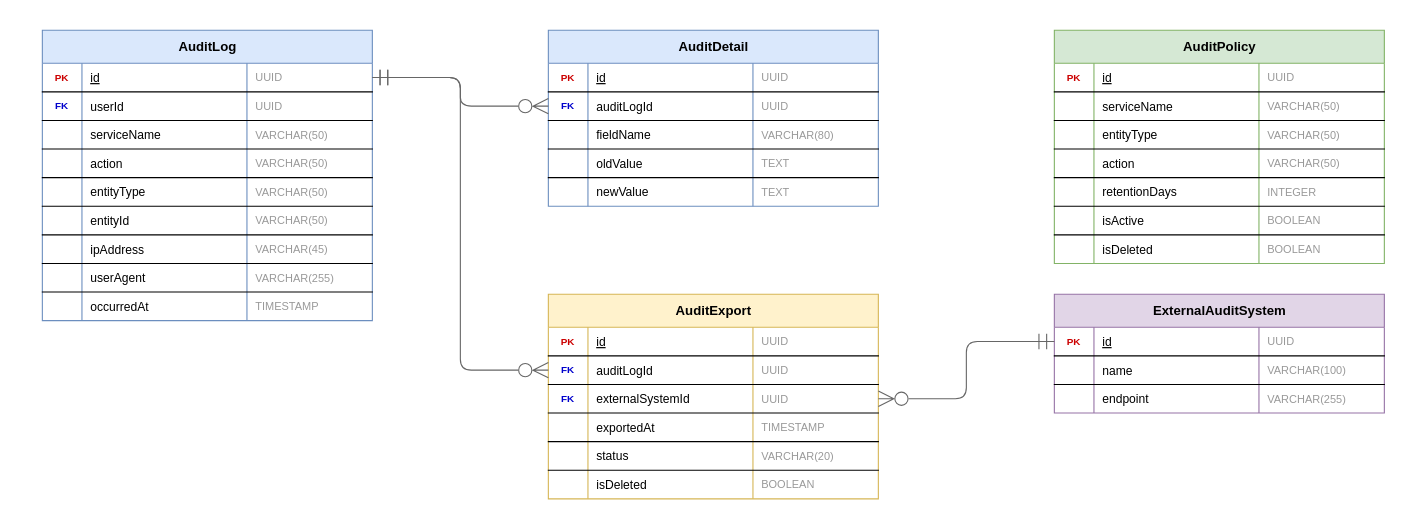
javer-ia-nos/documentacion keeps this draw.io diagram as docs/diagrams/er/auditoria_er.drawio. Above is the earlier version. Source tidied: cells renumbered, new cells numbered last; positions are measured from the earlier drawing's top-left corner, leaving out a move shared by most shapes. Both pictures are drawn from the tidied source at 110%, with x=0, y=0 at pixel (42, 30).
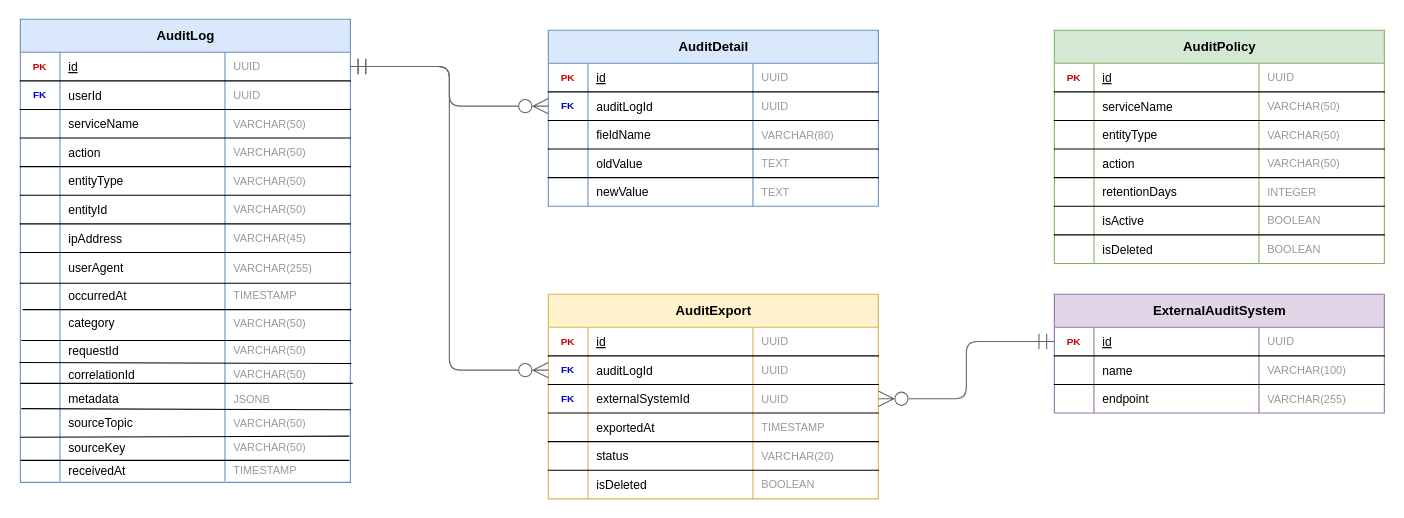
The same page after the edit.

The edit, as a diff of the source:
```diff
@@
     <mxCell id="2" value="AuditLog" style="shape=table;startSize=30;childLayout=tableLayout;rowLines=0;fontStyle=1;align=center;fillColor=#dae8fc;strokeColor=#6c8ebf;fontSize=12;html=1;" parent="1" vertex="1">
-      <mxGeometry width="300" height="264" as="geometry" />
+      <mxGeometry x="-20" y="-10" width="300" height="421" as="geometry" />
     </mxCell>
@@
     <mxCell id="31" style="shape=partialRectangle;fillColor=none;top=0;left=0;right=0;bottom=1;" parent="2" vertex="1">
-      <mxGeometry y="212" width="300" height="26" as="geometry" />
+      <mxGeometry y="212" width="300" height="28" as="geometry" />
     </mxCell>
     <mxCell id="32" style="shape=partialRectangle;overflow=hidden;fillColor=none;top=0;left=0;bottom=0;right=0;fontColor=#333;fontSize=9;align=center;" parent="31" vertex="1">
-      <mxGeometry width="36" height="26" as="geometry" />
+      <mxGeometry width="36" height="28" as="geometry" />
     </mxCell>
     <mxCell id="33" value="userAgent" style="shape=partialRectangle;overflow=hidden;fillColor=none;top=0;left=0;bottom=0;right=0;align=left;spacingLeft=6;fontSize=11;" parent="31" vertex="1">
-      <mxGeometry x="36" width="150" height="26" as="geometry" />
+      <mxGeometry x="36" width="150" height="28" as="geometry" />
     </mxCell>
     <mxCell id="34" value="VARCHAR(255)" style="shape=partialRectangle;overflow=hidden;fillColor=none;top=0;left=0;bottom=0;right=0;align=left;spacingLeft=6;fontColor=#999999;fontSize=10;" parent="31" vertex="1">
-      <mxGeometry x="186" width="114" height="26" as="geometry" />
+      <mxGeometry x="186" width="114" height="28" as="geometry" />
     </mxCell>
     <mxCell id="35" style="shape=partialRectangle;fillColor=none;points=[[0,0.5],[1,0.5]];portConstraint=eastwest;top=0;left=0;right=0;bottom=0;" parent="2" vertex="1">
-      <mxGeometry y="238" width="300" height="26" as="geometry" />
+      <mxGeometry y="240" width="300" height="22" as="geometry" />
     </mxCell>
     <mxCell id="36" style="shape=partialRectangle;overflow=hidden;fillColor=none;top=0;left=0;bottom=0;right=0;fontColor=#333;fontSize=9;align=center;" parent="35" vertex="1">
-      <mxGeometry width="36" height="26" as="geometry" />
+      <mxGeometry width="36" height="22" as="geometry" />
     </mxCell>
     <mxCell id="37" value="occurredAt" style="shape=partialRectangle;overflow=hidden;fillColor=none;top=0;left=0;bottom=0;right=0;align=left;spacingLeft=6;fontSize=11;" parent="35" vertex="1">
-      <mxGeometry x="36" width="150" height="26" as="geometry" />
+      <mxGeometry x="36" width="150" height="22" as="geometry" />
     </mxCell>
     <mxCell id="38" value="TIMESTAMP" style="shape=partialRectangle;overflow=hidden;fillColor=none;top=0;left=0;bottom=0;right=0;align=left;spacingLeft=6;fontColor=#999999;fontSize=10;" parent="35" vertex="1">
-      <mxGeometry x="186" width="114" height="26" as="geometry" />
+      <mxGeometry x="186" width="114" height="22" as="geometry" />
     </mxCell>
+    <mxCell id="130" style="shape=partialRectangle;fillColor=none;top=0;left=0;right=0;bottom=0;strokeColor=inherit;" parent="2" vertex="1">
+      <mxGeometry y="262" width="300" height="28" as="geometry" />
+    </mxCell>
+    <mxCell id="131" style="shape=partialRectangle;overflow=hidden;fillColor=none;top=0;left=0;bottom=0;right=0;fontColor=#333;fontSize=9;align=center;" parent="130" vertex="1">
+      <mxGeometry width="36" height="28" as="geometry" />
+    </mxCell>
+    <mxCell id="132" value="category" style="shape=partialRectangle;overflow=hidden;fillColor=none;top=0;left=0;bottom=0;right=0;align=left;spacingLeft=6;fontSize=11;" parent="130" vertex="1">
+      <mxGeometry x="36" width="150" height="28" as="geometry" />
+    </mxCell>
+    <mxCell id="133" value="VARCHAR(50)" style="shape=partialRectangle;overflow=hidden;fillColor=none;top=0;left=0;bottom=0;right=0;align=left;spacingLeft=6;fontColor=#999999;fontSize=10;" parent="130" vertex="1">
+      <mxGeometry x="186" width="114" height="28" as="geometry" />
+    </mxCell>
+    <mxCell id="134" style="shape=partialRectangle;fillColor=none;points=[[0,0.5],[1,0.5]];portConstraint=eastwest;top=0;left=0;right=0;bottom=0;" parent="2" vertex="1">
+      <mxGeometry y="290" width="300" height="22" as="geometry" />
+    </mxCell>
+    <mxCell id="135" style="shape=partialRectangle;overflow=hidden;fillColor=none;top=0;left=0;bottom=0;right=0;fontColor=#333;fontSize=9;align=center;" parent="134" vertex="1">
+      <mxGeometry width="36" height="22" as="geometry" />
+    </mxCell>
+    <mxCell id="136" value="requestId" style="shape=partialRectangle;overflow=hidden;fillColor=none;top=0;left=0;bottom=0;right=0;align=left;spacingLeft=6;fontSize=11;" parent="134" vertex="1">
+      <mxGeometry x="36" width="150" height="22" as="geometry" />
+    </mxCell>
+    <mxCell id="137" value="VARCHAR(50)" style="shape=partialRectangle;overflow=hidden;fillColor=none;top=0;left=0;bottom=0;right=0;align=left;spacingLeft=6;fontColor=#999999;fontSize=10;" parent="134" vertex="1">
+      <mxGeometry x="186" width="114" height="22" as="geometry" />
+    </mxCell>
+    <mxCell id="138" style="shape=partialRectangle;fillColor=none;points=[[0,0.5],[1,0.5]];portConstraint=eastwest;top=0;left=0;right=0;bottom=0;" parent="2" vertex="1">
+      <mxGeometry y="312" width="300" height="22" as="geometry" />
+    </mxCell>
+    <mxCell id="139" style="shape=partialRectangle;overflow=hidden;fillColor=none;top=0;left=0;bottom=0;right=0;fontColor=#333;fontSize=9;align=center;" parent="138" vertex="1">
+      <mxGeometry width="36" height="22" as="geometry" />
+    </mxCell>
+    <mxCell id="140" value="correlationId" style="shape=partialRectangle;overflow=hidden;fillColor=none;top=0;left=0;bottom=0;right=0;align=left;spacingLeft=6;fontSize=11;" parent="138" vertex="1">
+      <mxGeometry x="36" width="150" height="22" as="geometry" />
+    </mxCell>
+    <mxCell id="141" value="VARCHAR(50)" style="shape=partialRectangle;overflow=hidden;fillColor=none;top=0;left=0;bottom=0;right=0;align=left;spacingLeft=6;fontColor=#999999;fontSize=10;" parent="138" vertex="1">
+      <mxGeometry x="186" width="114" height="22" as="geometry" />
+    </mxCell>
+    <mxCell id="142" style="shape=partialRectangle;fillColor=none;points=[[0,0.5],[1,0.5]];portConstraint=eastwest;top=0;left=0;right=0;bottom=0;" parent="2" vertex="1">
+      <mxGeometry y="334" width="300" height="22" as="geometry" />
+    </mxCell>
+    <mxCell id="143" style="shape=partialRectangle;overflow=hidden;fillColor=none;top=0;left=0;bottom=0;right=0;fontColor=#333;fontSize=9;align=center;" parent="142" vertex="1">
+      <mxGeometry width="36" height="22" as="geometry" />
+    </mxCell>
+    <mxCell id="144" value="metadata" style="shape=partialRectangle;overflow=hidden;fillColor=none;top=0;left=0;bottom=0;right=0;align=left;spacingLeft=6;fontSize=11;" parent="142" vertex="1">
+      <mxGeometry x="36" width="150" height="22" as="geometry" />
+    </mxCell>
+    <mxCell id="145" value="JSONB" style="shape=partialRectangle;overflow=hidden;fillColor=none;top=0;left=0;bottom=0;right=0;align=left;spacingLeft=6;fontColor=#999999;fontSize=10;" parent="142" vertex="1">
+      <mxGeometry x="186" width="114" height="22" as="geometry" />
+    </mxCell>
+    <mxCell id="146" style="shape=partialRectangle;fillColor=none;points=[[0,0.5],[1,0.5]];portConstraint=eastwest;top=0;left=0;right=0;bottom=0;" parent="2" vertex="1">
+      <mxGeometry y="356" width="300" height="22" as="geometry" />
+    </mxCell>
+    <mxCell id="147" style="shape=partialRectangle;overflow=hidden;fillColor=none;top=0;left=0;bottom=0;right=0;fontColor=#333;fontSize=9;align=center;" parent="146" vertex="1">
+      <mxGeometry width="36" height="22" as="geometry" />
+    </mxCell>
+    <mxCell id="148" value="sourceTopic" style="shape=partialRectangle;overflow=hidden;fillColor=none;top=0;left=0;bottom=0;right=0;align=left;spacingLeft=6;fontSize=11;" parent="146" vertex="1">
+      <mxGeometry x="36" width="150" height="22" as="geometry" />
+    </mxCell>
+    <mxCell id="149" value="VARCHAR(50)" style="shape=partialRectangle;overflow=hidden;fillColor=none;top=0;left=0;bottom=0;right=0;align=left;spacingLeft=6;fontColor=#999999;fontSize=10;" parent="146" vertex="1">
+      <mxGeometry x="186" width="114" height="22" as="geometry" />
+    </mxCell>
+    <mxCell id="150" style="shape=partialRectangle;fillColor=none;points=[[0,0.5],[1,0.5]];portConstraint=eastwest;top=0;left=0;right=0;bottom=0;" parent="2" vertex="1">
+      <mxGeometry y="378" width="300" height="22" as="geometry" />
+    </mxCell>
+    <mxCell id="151" style="shape=partialRectangle;overflow=hidden;fillColor=none;top=0;left=0;bottom=0;right=0;fontColor=#333;fontSize=9;align=center;" parent="150" vertex="1">
+      <mxGeometry width="36" height="22" as="geometry" />
+    </mxCell>
+    <mxCell id="152" value="sourceKey" style="shape=partialRectangle;overflow=hidden;fillColor=none;top=0;left=0;bottom=0;right=0;align=left;spacingLeft=6;fontSize=11;" parent="150" vertex="1">
+      <mxGeometry x="36" width="150" height="22" as="geometry" />
+    </mxCell>
+    <mxCell id="153" value="VARCHAR(50)" style="shape=partialRectangle;overflow=hidden;fillColor=none;top=0;left=0;bottom=0;right=0;align=left;spacingLeft=6;fontColor=#999999;fontSize=10;" parent="150" vertex="1">
+      <mxGeometry x="186" width="114" height="22" as="geometry" />
+    </mxCell>
+    <mxCell id="154" style="shape=partialRectangle;fillColor=none;points=[[0,0.5],[1,0.5]];portConstraint=eastwest;top=0;left=0;right=0;bottom=0;" parent="2" vertex="1">
+      <mxGeometry y="400" width="300" height="20" as="geometry" />
+    </mxCell>
+    <mxCell id="155" style="shape=partialRectangle;overflow=hidden;fillColor=none;top=0;left=0;bottom=0;right=0;fontColor=#333;fontSize=9;align=center;" parent="154" vertex="1">
+      <mxGeometry width="36" height="20" as="geometry" />
+    </mxCell>
+    <mxCell id="156" value="receivedAt" style="shape=partialRectangle;overflow=hidden;fillColor=none;top=0;left=0;bottom=0;right=0;align=left;spacingLeft=6;fontSize=11;" parent="154" vertex="1">
+      <mxGeometry x="36" width="150" height="20" as="geometry" />
+    </mxCell>
+    <mxCell id="157" value="TIMESTAMP" style="shape=partialRectangle;overflow=hidden;fillColor=none;top=0;left=0;bottom=0;right=0;align=left;spacingLeft=6;fontColor=#999999;fontSize=10;" parent="154" vertex="1">
+      <mxGeometry x="186" width="114" height="20" as="geometry" />
+    </mxCell>
+    <mxCell id="158" style="endArrow=none;html=1;rounded=0;fontSize=12;startSize=8;endSize=8;curved=1;entryX=1.003;entryY=1.091;entryDx=0;entryDy=0;entryPerimeter=0;" parent="2" edge="1" target="35">
+      <mxGeometry relative="1" as="geometry">
+        <mxPoint x="2.1" y="264" as="sourcePoint" />
+      </mxGeometry>
+    </mxCell>
+    <mxCell id="159" style="endArrow=none;html=1;rounded=0;fontSize=12;startSize=8;endSize=8;curved=1;exitX=0.003;exitY=0.091;exitDx=0;exitDy=0;exitPerimeter=0;entryX=1;entryY=0.091;entryDx=0;entryDy=0;entryPerimeter=0;" parent="2" edge="1" source="134" target="134">
+      <mxGeometry relative="1" as="geometry" />
+    </mxCell>
+    <mxCell id="160" style="endArrow=none;html=1;rounded=0;fontSize=12;startSize=8;endSize=8;curved=1;exitX=-0.003;exitY=1;exitDx=0;exitDy=0;exitPerimeter=0;entryX=1.003;entryY=0.045;entryDx=0;entryDy=0;entryPerimeter=0;" parent="2" edge="1" source="134" target="138">
+      <mxGeometry relative="1" as="geometry" />
+    </mxCell>
+    <mxCell id="161" style="endArrow=none;html=1;rounded=0;fontSize=12;startSize=8;endSize=8;curved=1;exitX=0;exitY=-0.136;exitDx=0;exitDy=0;exitPerimeter=0;" parent="2" edge="1" source="142">
+      <mxGeometry relative="1" as="geometry">
+        <mxPoint x="302.1" y="331" as="targetPoint" />
+      </mxGeometry>
+    </mxCell>
+    <mxCell id="162" style="endArrow=none;html=1;rounded=0;fontSize=12;startSize=8;endSize=8;curved=1;exitX=0.003;exitY=-0.091;exitDx=0;exitDy=0;exitPerimeter=0;entryX=1;entryY=0.955;entryDx=0;entryDy=0;entryPerimeter=0;" parent="2" edge="1" source="146" target="142">
+      <mxGeometry relative="1" as="geometry" />
+    </mxCell>
+    <mxCell id="163" style="endArrow=none;html=1;rounded=0;fontSize=12;startSize=8;endSize=8;curved=1;exitX=0;exitY=0.091;exitDx=0;exitDy=0;exitPerimeter=0;entryX=0.997;entryY=0.045;entryDx=0;entryDy=0;entryPerimeter=0;" parent="2" edge="1" source="150" target="150">
+      <mxGeometry relative="1" as="geometry" />
+    </mxCell>
+    <mxCell id="164" style="endArrow=none;html=1;rounded=0;fontSize=12;startSize=8;endSize=8;curved=1;exitX=0;exitY=0.05;exitDx=0;exitDy=0;exitPerimeter=0;entryX=0.997;entryY=1.045;entryDx=0;entryDy=0;entryPerimeter=0;" parent="2" edge="1" source="154" target="150">
+      <mxGeometry relative="1" as="geometry" />
+    </mxCell>
```
